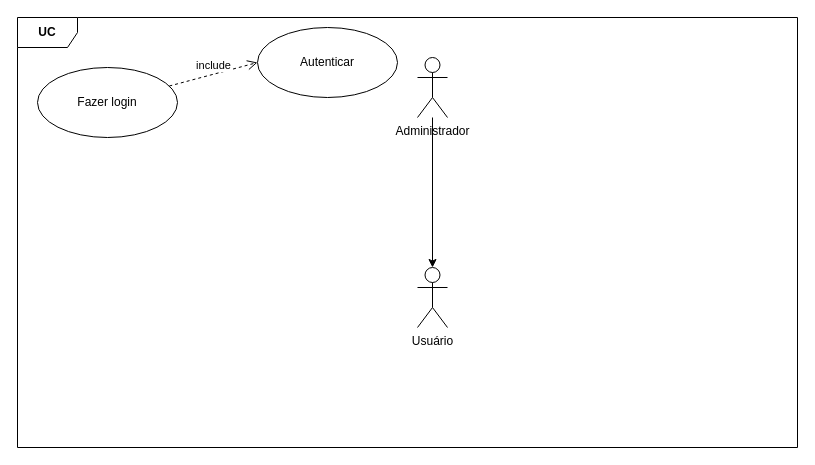
kaiohenricunha/UML keeps this draw.io diagram as use-case-musiverso.drawio. Above is the earlier version. Source tidied: cells renumbered, new cells numbered last; positions are measured from the earlier drawing's top-left corner, leaving out a move shared by most shapes. Both pictures are drawn from the tidied source at 100%, with x=0, y=0 at pixel (17, 17).
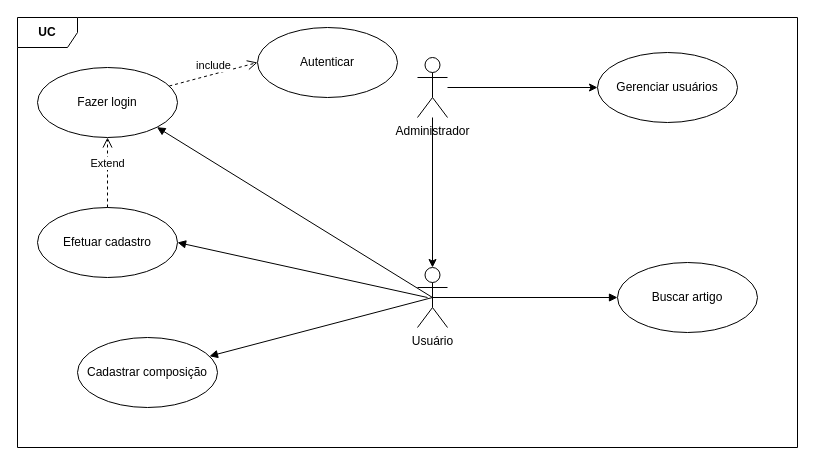
After the change.

The edit, as a diff of the source:
```diff
@@
 <mxGraphModel>
   <root>
     <mxCell id="0" />
     <mxCell id="1" parent="0" />
     <mxCell id="2" value="&lt;b&gt;UC&lt;/b&gt;" style="shape=umlFrame;whiteSpace=wrap;html=1;" parent="1" vertex="1">
       <mxGeometry width="780" height="430" as="geometry" />
     </mxCell>
     <mxCell id="3" style="edgeStyle=orthogonalEdgeStyle;rounded=0;jettySize=auto;html=1;" parent="1" edge="1" source="4" target="5">
       <mxGeometry relative="1" as="geometry" />
     </mxCell>
+    <mxCell id="9" style="edgeStyle=orthogonalEdgeStyle;rounded=0;jettySize=auto;html=1;entryX=0;entryY=0.5;entryDx=0;entryDy=0;" parent="1" edge="1" source="4" target="12">
+      <mxGeometry relative="1" as="geometry" />
+    </mxCell>
     <mxCell id="4" value="Administrador&lt;br&gt;" style="shape=umlActor;verticalLabelPosition=bottom;verticalAlign=top;html=1;" parent="1" vertex="1">
       <mxGeometry x="400" y="40" width="30" height="60" as="geometry" />
     </mxCell>
     <mxCell id="5" value="Usuário" style="shape=umlActor;verticalLabelPosition=bottom;verticalAlign=top;html=1;" parent="1" vertex="1">
       <mxGeometry x="400" y="250" width="30" height="60" as="geometry" />
     </mxCell>
     <mxCell id="6" value="Fazer login" style="ellipse;whiteSpace=wrap;html=1;" parent="1" vertex="1">
       <mxGeometry x="20" y="50" width="140" height="70" as="geometry" />
     </mxCell>
     <mxCell id="7" value="Autenticar" style="ellipse;whiteSpace=wrap;html=1;" parent="1" vertex="1">
       <mxGeometry x="240" y="10" width="140" height="70" as="geometry" />
     </mxCell>
     <mxCell id="8" value="include" style="html=1;verticalAlign=bottom;endArrow=open;dashed=1;endSize=8;entryX=0;entryY=0.5;entryDx=0;entryDy=0;" parent="1" edge="1" source="6" target="7">
       <mxGeometry relative="1" as="geometry" />
     </mxCell>
+    <mxCell id="10" value="Efetuar cadastro" style="ellipse;whiteSpace=wrap;html=1;" parent="1" vertex="1">
+      <mxGeometry x="20" y="190" width="140" height="70" as="geometry" />
+    </mxCell>
+    <mxCell id="11" value="Cadastrar composição" style="ellipse;whiteSpace=wrap;html=1;" parent="1" vertex="1">
+      <mxGeometry x="60" y="320" width="140" height="70" as="geometry" />
+    </mxCell>
+    <mxCell id="12" value="Gerenciar usuários" style="ellipse;whiteSpace=wrap;html=1;" parent="1" vertex="1">
+      <mxGeometry x="580" y="35" width="140" height="70" as="geometry" />
+    </mxCell>
+    <mxCell id="13" style="html=1;verticalAlign=bottom;endArrow=block;entryX=1;entryY=1;entryDx=0;entryDy=0;exitX=0.5;exitY=0.5;exitDx=0;exitDy=0;exitPerimeter=0;" parent="1" edge="1" source="5" target="6">
+      <mxGeometry relative="1" as="geometry" />
+    </mxCell>
+    <mxCell id="14" style="html=1;verticalAlign=bottom;endArrow=block;entryX=1;entryY=0.5;entryDx=0;entryDy=0;exitX=0;exitY=0.3333333333333333;exitDx=0;exitDy=0;exitPerimeter=0;" parent="1" edge="1" target="10">
+      <mxGeometry relative="1" as="geometry">
+        <mxPoint x="410" y="280" as="sourcePoint" />
+      </mxGeometry>
+    </mxCell>
+    <mxCell id="15" style="html=1;verticalAlign=bottom;endArrow=block;exitX=0.5;exitY=0.5;exitDx=0;exitDy=0;exitPerimeter=0;" parent="1" edge="1" source="5" target="11">
+      <mxGeometry relative="1" as="geometry" />
+    </mxCell>
+    <mxCell id="16" value="Extend" style="html=1;verticalAlign=bottom;endArrow=open;dashed=1;endSize=8;entryX=0.5;entryY=1;entryDx=0;entryDy=0;exitX=0.5;exitY=0;exitDx=0;exitDy=0;" parent="1" edge="1" source="10" target="6">
+      <mxGeometry relative="1" as="geometry" />
+    </mxCell>
+    <mxCell id="17" value="Buscar artigo" style="ellipse;whiteSpace=wrap;html=1;" parent="1" vertex="1">
+      <mxGeometry x="600" y="245" width="140" height="70" as="geometry" />
+    </mxCell>
+    <mxCell id="18" style="html=1;verticalAlign=bottom;endArrow=block;exitX=0.5;exitY=0.5;exitDx=0;exitDy=0;exitPerimeter=0;entryX=0;entryY=0.5;entryDx=0;entryDy=0;" parent="1" edge="1" source="5" target="17">
+      <mxGeometry relative="1" as="geometry" />
+    </mxCell>
   </root>
 </mxGraphModel>
```
